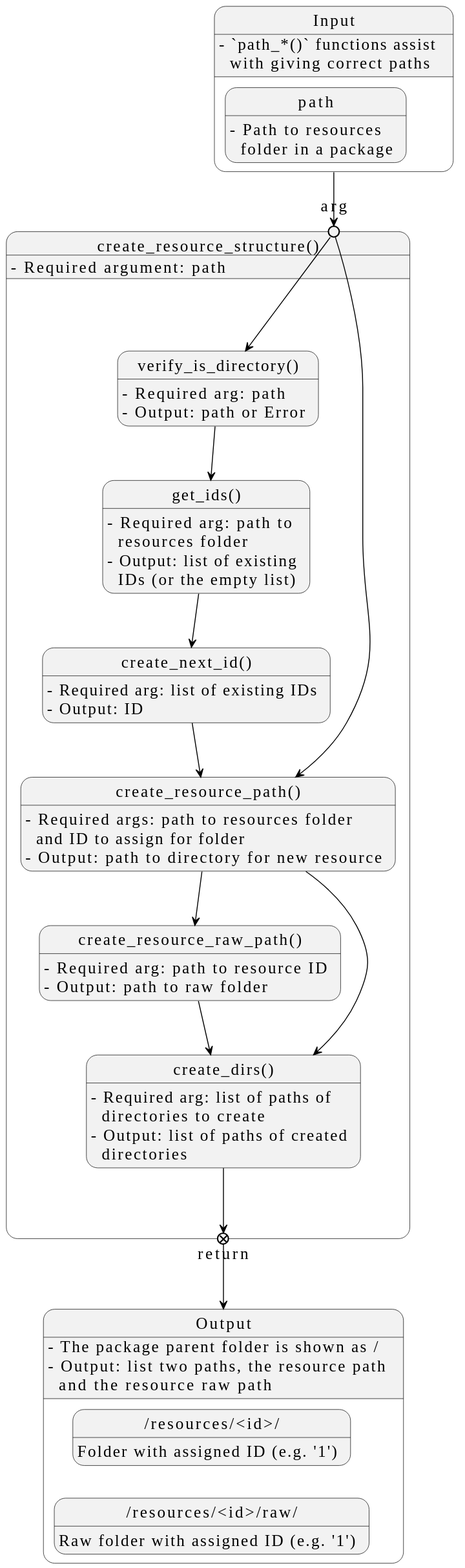
Before: docs/design/images/core-python-functions/create-resource-structure.svg, a diagram exported from PlantUML (seedcase-project/seedcase-sprout).
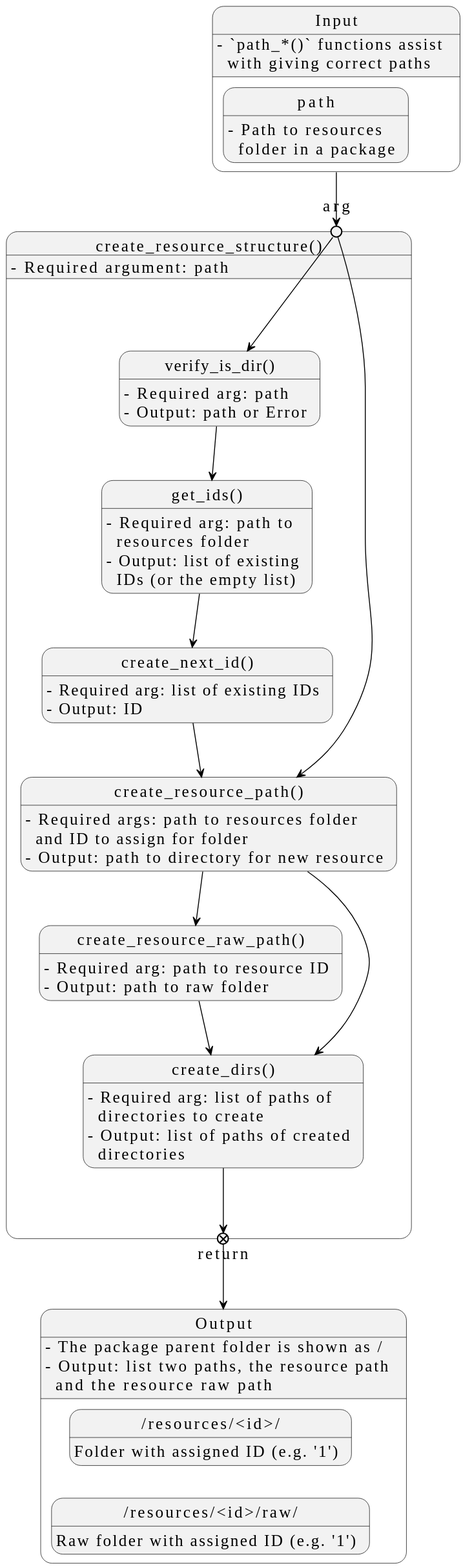
After the change.

Commit message:
docs: :memo: change to verify_is_dir

The edit, as a diff of the source:
```diff
@@ -23,7 +23,7 @@
   state arg <<entryPoint>>
   input --> arg
 
-  state "verify_is_directory()" as vid
+  state "verify_is_dir()" as vid
   vid : - Required arg: path
   vid : - Output: path or Error
   arg --> vid
```
